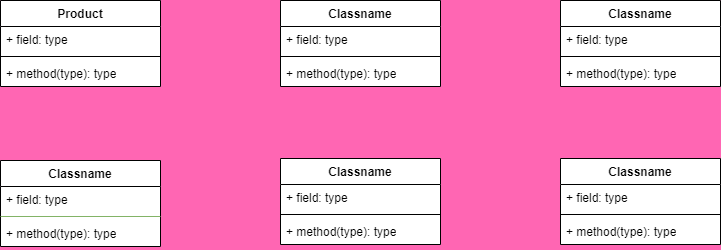
Earlier version of the draw.io export Stage3/DatabaseDesignDiagram.drawio.png (hoduy511/Website-Bat-Dong-San). Source tidied: cells renumbered, new cells last; positions are measured from the earlier drawing's top-left corner, leaving out a move shared by most shapes.
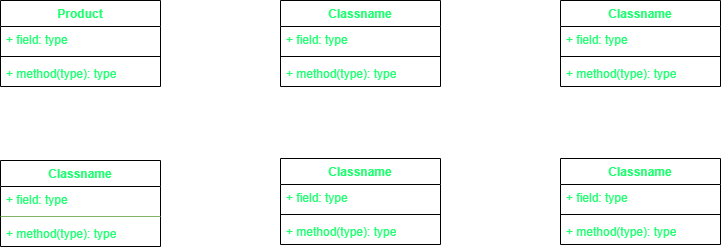
The same file after the commit.

Diff of the diagram source:
```diff
@@ -1,77 +1,77 @@
-<mxGraphModel background="#FF66B3">
+<mxGraphModel>
   <root>
     <mxCell id="0" />
     <mxCell id="1" parent="0" />
-    <mxCell id="2" value="Product" style="swimlane;fontStyle=1;align=center;verticalAlign=top;horizontal=1;startSize=26;whiteSpace=wrap;html=1;swimlaneFillColor=default;" parent="1" vertex="1">
+    <mxCell id="2" value="Product" style="swimlane;fontStyle=1;align=center;verticalAlign=top;horizontal=1;startSize=26;whiteSpace=wrap;html=1;swimlaneFillColor=default;labelBackgroundColor=none;fontColor=#1CFF6F;" parent="1" vertex="1">
       <mxGeometry width="160" height="86" as="geometry" />
     </mxCell>
-    <mxCell id="3" value="+ field: type" style="text;strokeColor=none;fillColor=none;align=left;verticalAlign=top;spacingLeft=4;spacingRight=4;overflow=hidden;whiteSpace=wrap;html=1;swimlaneFillColor=default;" parent="2" vertex="1">
+    <mxCell id="3" value="+ field: type" style="text;strokeColor=none;fillColor=none;align=left;verticalAlign=top;spacingLeft=4;spacingRight=4;overflow=hidden;whiteSpace=wrap;html=1;swimlaneFillColor=default;labelBackgroundColor=none;fontColor=#1CFF6F;" parent="2" vertex="1">
       <mxGeometry y="26" width="160" height="26" as="geometry" />
     </mxCell>
-    <mxCell id="4" style="line;strokeWidth=1;fillColor=none;align=left;verticalAlign=middle;spacingTop=-1;spacingLeft=3;spacingRight=3;labelPosition=right;strokeColor=inherit;swimlaneFillColor=default;" parent="2" vertex="1">
+    <mxCell id="4" style="line;strokeWidth=1;fillColor=none;align=left;verticalAlign=middle;spacingTop=-1;spacingLeft=3;spacingRight=3;labelPosition=right;strokeColor=inherit;swimlaneFillColor=default;labelBackgroundColor=none;fontColor=#1CFF6F;" parent="2" vertex="1">
       <mxGeometry y="52" width="160" height="8" as="geometry" />
     </mxCell>
-    <mxCell id="5" value="+ method(type): type" style="text;strokeColor=none;fillColor=none;align=left;verticalAlign=top;spacingLeft=4;spacingRight=4;overflow=hidden;whiteSpace=wrap;html=1;swimlaneFillColor=default;" parent="2" vertex="1">
+    <mxCell id="5" value="+ method(type): type" style="text;strokeColor=none;fillColor=none;align=left;verticalAlign=top;spacingLeft=4;spacingRight=4;overflow=hidden;whiteSpace=wrap;html=1;swimlaneFillColor=default;labelBackgroundColor=none;fontColor=#1CFF6F;" parent="2" vertex="1">
       <mxGeometry y="60" width="160" height="26" as="geometry" />
     </mxCell>
-    <mxCell id="6" value="Classname" style="swimlane;fontStyle=1;align=center;verticalAlign=top;horizontal=1;startSize=26;whiteSpace=wrap;html=1;swimlaneFillColor=default;" parent="1" vertex="1">
+    <mxCell id="6" value="Classname" style="swimlane;fontStyle=1;align=center;verticalAlign=top;horizontal=1;startSize=26;whiteSpace=wrap;html=1;swimlaneFillColor=default;labelBackgroundColor=none;fontColor=#1CFF6F;" parent="1" vertex="1">
       <mxGeometry x="280" width="160" height="86" as="geometry" />
     </mxCell>
-    <mxCell id="7" value="+ field: type" style="text;strokeColor=none;fillColor=none;align=left;verticalAlign=top;spacingLeft=4;spacingRight=4;overflow=hidden;whiteSpace=wrap;html=1;swimlaneFillColor=default;" parent="6" vertex="1">
+    <mxCell id="7" value="+ field: type" style="text;strokeColor=none;fillColor=none;align=left;verticalAlign=top;spacingLeft=4;spacingRight=4;overflow=hidden;whiteSpace=wrap;html=1;swimlaneFillColor=default;labelBackgroundColor=none;fontColor=#1CFF6F;" parent="6" vertex="1">
       <mxGeometry y="26" width="160" height="26" as="geometry" />
     </mxCell>
-    <mxCell id="8" style="line;strokeWidth=1;fillColor=none;align=left;verticalAlign=middle;spacingTop=-1;spacingLeft=3;spacingRight=3;labelPosition=right;strokeColor=inherit;swimlaneFillColor=default;" parent="6" vertex="1">
+    <mxCell id="8" style="line;strokeWidth=1;fillColor=none;align=left;verticalAlign=middle;spacingTop=-1;spacingLeft=3;spacingRight=3;labelPosition=right;strokeColor=inherit;swimlaneFillColor=default;labelBackgroundColor=none;fontColor=#1CFF6F;" parent="6" vertex="1">
       <mxGeometry y="52" width="160" height="8" as="geometry" />
     </mxCell>
-    <mxCell id="9" value="+ method(type): type" style="text;strokeColor=none;fillColor=none;align=left;verticalAlign=top;spacingLeft=4;spacingRight=4;overflow=hidden;whiteSpace=wrap;html=1;swimlaneFillColor=default;" parent="6" vertex="1">
+    <mxCell id="9" value="+ method(type): type" style="text;strokeColor=none;fillColor=none;align=left;verticalAlign=top;spacingLeft=4;spacingRight=4;overflow=hidden;whiteSpace=wrap;html=1;swimlaneFillColor=default;labelBackgroundColor=none;fontColor=#1CFF6F;" parent="6" vertex="1">
       <mxGeometry y="60" width="160" height="26" as="geometry" />
     </mxCell>
-    <mxCell id="10" value="Classname" style="swimlane;fontStyle=1;align=center;verticalAlign=top;horizontal=1;startSize=26;whiteSpace=wrap;html=1;swimlaneFillColor=default;" parent="1" vertex="1">
+    <mxCell id="10" value="Classname" style="swimlane;fontStyle=1;align=center;verticalAlign=top;horizontal=1;startSize=26;whiteSpace=wrap;html=1;swimlaneFillColor=default;labelBackgroundColor=none;fontColor=#1CFF6F;" parent="1" vertex="1">
       <mxGeometry x="560" width="160" height="86" as="geometry" />
     </mxCell>
-    <mxCell id="11" value="+ field: type" style="text;strokeColor=none;fillColor=none;align=left;verticalAlign=top;spacingLeft=4;spacingRight=4;overflow=hidden;whiteSpace=wrap;html=1;swimlaneFillColor=default;" parent="10" vertex="1">
+    <mxCell id="11" value="+ field: type" style="text;strokeColor=none;fillColor=none;align=left;verticalAlign=top;spacingLeft=4;spacingRight=4;overflow=hidden;whiteSpace=wrap;html=1;swimlaneFillColor=default;labelBackgroundColor=none;fontColor=#1CFF6F;" parent="10" vertex="1">
       <mxGeometry y="26" width="160" height="26" as="geometry" />
     </mxCell>
-    <mxCell id="12" style="line;strokeWidth=1;fillColor=none;align=left;verticalAlign=middle;spacingTop=-1;spacingLeft=3;spacingRight=3;labelPosition=right;strokeColor=inherit;swimlaneFillColor=default;" parent="10" vertex="1">
+    <mxCell id="12" style="line;strokeWidth=1;fillColor=none;align=left;verticalAlign=middle;spacingTop=-1;spacingLeft=3;spacingRight=3;labelPosition=right;strokeColor=inherit;swimlaneFillColor=default;labelBackgroundColor=none;fontColor=#1CFF6F;" parent="10" vertex="1">
       <mxGeometry y="52" width="160" height="8" as="geometry" />
     </mxCell>
-    <mxCell id="13" value="+ method(type): type" style="text;strokeColor=none;fillColor=none;align=left;verticalAlign=top;spacingLeft=4;spacingRight=4;overflow=hidden;whiteSpace=wrap;html=1;swimlaneFillColor=default;" parent="10" vertex="1">
+    <mxCell id="13" value="+ method(type): type" style="text;strokeColor=none;fillColor=none;align=left;verticalAlign=top;spacingLeft=4;spacingRight=4;overflow=hidden;whiteSpace=wrap;html=1;swimlaneFillColor=default;labelBackgroundColor=none;fontColor=#1CFF6F;" parent="10" vertex="1">
       <mxGeometry y="60" width="160" height="26" as="geometry" />
     </mxCell>
-    <mxCell id="14" value="Classname" style="swimlane;fontStyle=1;align=center;verticalAlign=top;horizontal=1;startSize=26;whiteSpace=wrap;html=1;swimlaneFillColor=default;" parent="1" vertex="1">
+    <mxCell id="14" value="Classname" style="swimlane;fontStyle=1;align=center;verticalAlign=top;horizontal=1;startSize=26;whiteSpace=wrap;html=1;swimlaneFillColor=default;labelBackgroundColor=none;fontColor=#1CFF6F;" parent="1" vertex="1">
       <mxGeometry y="160" width="160" height="86" as="geometry" />
     </mxCell>
-    <mxCell id="15" value="+ field: type" style="text;strokeColor=none;fillColor=none;align=left;verticalAlign=top;spacingLeft=4;spacingRight=4;overflow=hidden;whiteSpace=wrap;html=1;swimlaneFillColor=default;" parent="14" vertex="1">
+    <mxCell id="15" value="+ field: type" style="text;strokeColor=none;fillColor=none;align=left;verticalAlign=top;spacingLeft=4;spacingRight=4;overflow=hidden;whiteSpace=wrap;html=1;swimlaneFillColor=default;labelBackgroundColor=none;fontColor=#1CFF6F;" parent="14" vertex="1">
       <mxGeometry y="26" width="160" height="26" as="geometry" />
     </mxCell>
-    <mxCell id="16" style="line;strokeWidth=1;fillColor=#d5e8d4;align=left;verticalAlign=middle;spacingTop=-1;spacingLeft=3;spacingRight=3;labelPosition=right;strokeColor=#82b366;swimlaneFillColor=default;" parent="14" vertex="1">
+    <mxCell id="16" style="line;strokeWidth=1;fillColor=#d5e8d4;align=left;verticalAlign=middle;spacingTop=-1;spacingLeft=3;spacingRight=3;labelPosition=right;strokeColor=#82b366;swimlaneFillColor=default;labelBackgroundColor=none;fontColor=#1CFF6F;" parent="14" vertex="1">
       <mxGeometry y="52" width="160" height="8" as="geometry" />
     </mxCell>
-    <mxCell id="17" value="+ method(type): type" style="text;strokeColor=none;fillColor=none;align=left;verticalAlign=top;spacingLeft=4;spacingRight=4;overflow=hidden;whiteSpace=wrap;html=1;swimlaneFillColor=default;" parent="14" vertex="1">
+    <mxCell id="17" value="+ method(type): type" style="text;strokeColor=none;fillColor=none;align=left;verticalAlign=top;spacingLeft=4;spacingRight=4;overflow=hidden;whiteSpace=wrap;html=1;swimlaneFillColor=default;labelBackgroundColor=none;fontColor=#1CFF6F;" parent="14" vertex="1">
       <mxGeometry y="60" width="160" height="26" as="geometry" />
     </mxCell>
-    <mxCell id="18" value="Classname" style="swimlane;fontStyle=1;align=center;verticalAlign=top;horizontal=1;startSize=26;whiteSpace=wrap;html=1;swimlaneFillColor=default;" parent="1" vertex="1">
+    <mxCell id="18" value="Classname" style="swimlane;fontStyle=1;align=center;verticalAlign=top;horizontal=1;startSize=26;whiteSpace=wrap;html=1;swimlaneFillColor=default;labelBackgroundColor=none;fontColor=#1CFF6F;" parent="1" vertex="1">
       <mxGeometry x="280" y="158" width="160" height="86" as="geometry" />
     </mxCell>
-    <mxCell id="19" value="+ field: type" style="text;strokeColor=none;fillColor=none;align=left;verticalAlign=top;spacingLeft=4;spacingRight=4;overflow=hidden;whiteSpace=wrap;html=1;swimlaneFillColor=default;" parent="18" vertex="1">
+    <mxCell id="19" value="+ field: type" style="text;strokeColor=none;fillColor=none;align=left;verticalAlign=top;spacingLeft=4;spacingRight=4;overflow=hidden;whiteSpace=wrap;html=1;swimlaneFillColor=default;labelBackgroundColor=none;fontColor=#1CFF6F;" parent="18" vertex="1">
       <mxGeometry y="26" width="160" height="26" as="geometry" />
     </mxCell>
-    <mxCell id="20" style="line;strokeWidth=1;fillColor=none;align=left;verticalAlign=middle;spacingTop=-1;spacingLeft=3;spacingRight=3;labelPosition=right;strokeColor=inherit;swimlaneFillColor=default;" parent="18" vertex="1">
+    <mxCell id="20" style="line;strokeWidth=1;fillColor=none;align=left;verticalAlign=middle;spacingTop=-1;spacingLeft=3;spacingRight=3;labelPosition=right;strokeColor=inherit;swimlaneFillColor=default;labelBackgroundColor=none;fontColor=#1CFF6F;" parent="18" vertex="1">
       <mxGeometry y="52" width="160" height="8" as="geometry" />
     </mxCell>
-    <mxCell id="21" value="+ method(type): type" style="text;strokeColor=none;fillColor=none;align=left;verticalAlign=top;spacingLeft=4;spacingRight=4;overflow=hidden;whiteSpace=wrap;html=1;swimlaneFillColor=default;" parent="18" vertex="1">
+    <mxCell id="21" value="+ method(type): type" style="text;strokeColor=none;fillColor=none;align=left;verticalAlign=top;spacingLeft=4;spacingRight=4;overflow=hidden;whiteSpace=wrap;html=1;swimlaneFillColor=default;labelBackgroundColor=none;fontColor=#1CFF6F;" parent="18" vertex="1">
       <mxGeometry y="60" width="160" height="26" as="geometry" />
     </mxCell>
-    <mxCell id="22" value="Classname" style="swimlane;fontStyle=1;align=center;verticalAlign=top;horizontal=1;startSize=26;whiteSpace=wrap;html=1;swimlaneFillColor=default;" parent="1" vertex="1">
+    <mxCell id="22" value="Classname" style="swimlane;fontStyle=1;align=center;verticalAlign=top;horizontal=1;startSize=26;whiteSpace=wrap;html=1;swimlaneFillColor=default;labelBackgroundColor=none;fontColor=#1CFF6F;" parent="1" vertex="1">
       <mxGeometry x="560" y="158" width="160" height="86" as="geometry" />
     </mxCell>
-    <mxCell id="23" value="+ field: type" style="text;strokeColor=none;fillColor=none;align=left;verticalAlign=top;spacingLeft=4;spacingRight=4;overflow=hidden;whiteSpace=wrap;html=1;swimlaneFillColor=default;" parent="22" vertex="1">
+    <mxCell id="23" value="+ field: type" style="text;strokeColor=none;fillColor=none;align=left;verticalAlign=top;spacingLeft=4;spacingRight=4;overflow=hidden;whiteSpace=wrap;html=1;swimlaneFillColor=default;labelBackgroundColor=none;fontColor=#1CFF6F;" parent="22" vertex="1">
       <mxGeometry y="26" width="160" height="26" as="geometry" />
     </mxCell>
-    <mxCell id="24" style="line;strokeWidth=1;fillColor=none;align=left;verticalAlign=middle;spacingTop=-1;spacingLeft=3;spacingRight=3;labelPosition=right;strokeColor=inherit;swimlaneFillColor=default;" parent="22" vertex="1">
+    <mxCell id="24" style="line;strokeWidth=1;fillColor=none;align=left;verticalAlign=middle;spacingTop=-1;spacingLeft=3;spacingRight=3;labelPosition=right;strokeColor=inherit;swimlaneFillColor=default;labelBackgroundColor=none;fontColor=#1CFF6F;" parent="22" vertex="1">
       <mxGeometry y="52" width="160" height="8" as="geometry" />
     </mxCell>
-    <mxCell id="25" value="+ method(type): type" style="text;strokeColor=none;fillColor=none;align=left;verticalAlign=top;spacingLeft=4;spacingRight=4;overflow=hidden;whiteSpace=wrap;html=1;swimlaneFillColor=default;" parent="22" vertex="1">
+    <mxCell id="25" value="+ method(type): type" style="text;strokeColor=none;fillColor=none;align=left;verticalAlign=top;spacingLeft=4;spacingRight=4;overflow=hidden;whiteSpace=wrap;html=1;swimlaneFillColor=default;labelBackgroundColor=none;fontColor=#1CFF6F;" parent="22" vertex="1">
       <mxGeometry y="60" width="160" height="26" as="geometry" />
     </mxCell>
   </root>
```
